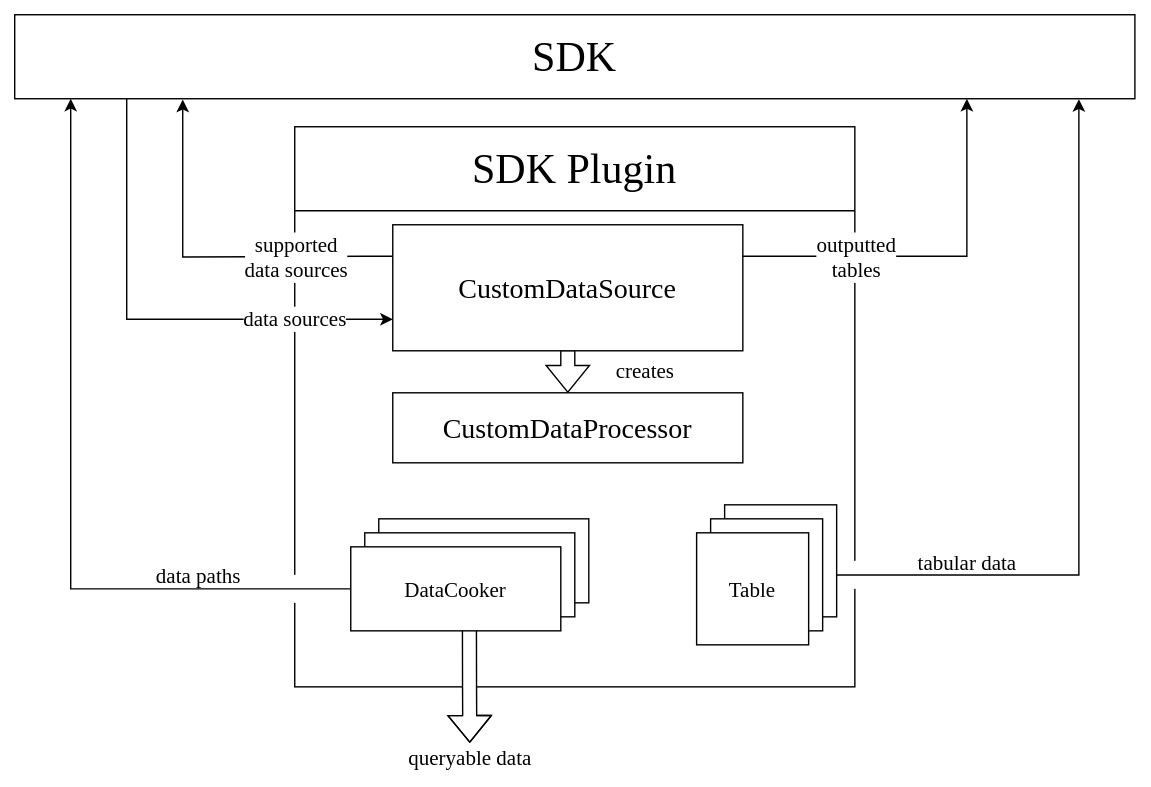
This is documentation/Architecture/.attachments/plugin.svg from microsoft/microsoft-performance-toolkit-sdk, a draw.io export, as it was before one commit. Source tidied: cells renumbered, new cells last; positions are measured from the earlier drawing's top-left corner, leaving out a move shared by most shapes. Source of this version:
```xml
<mxGraphModel>
  <root>
    <mxCell id="0" />
    <mxCell id="1" parent="0" />
    <mxCell id="2" style="rounded=0;whiteSpace=wrap;html=1;labelBackgroundColor=none;fontFamily=Lucida Console;fontSize=15;strokeColor=none;" parent="1" vertex="1">
      <mxGeometry width="820" height="560" as="geometry" />
    </mxCell>
    <mxCell id="3" style="whiteSpace=wrap;html=1;" parent="1" vertex="1">
      <mxGeometry x="210" y="90" width="400" height="400" as="geometry" />
    </mxCell>
    <mxCell id="4" value="SDK Plugin" style="text;html=1;strokeColor=none;fillColor=none;align=center;verticalAlign=middle;whiteSpace=wrap;rounded=0;fontSize=30;fontFamily=Lucida Console;" parent="1" vertex="1">
      <mxGeometry x="210" y="90" width="400" height="60" as="geometry" />
    </mxCell>
    <mxCell id="5" style="edgeStyle=none;rounded=0;jettySize=auto;html=1;exitX=0;exitY=1;exitDx=0;exitDy=0;fontSize=30;endArrow=none;endFill=0;" parent="1" edge="1" source="4">
      <mxGeometry relative="1" as="geometry">
        <mxPoint x="610" y="150" as="targetPoint" />
      </mxGeometry>
    </mxCell>
    <mxCell id="6" style="edgeStyle=orthogonalEdgeStyle;rounded=0;jettySize=auto;html=1;entryX=0.15;entryY=1.01;entryDx=0;entryDy=0;entryPerimeter=0;startArrow=none;startFill=0;endArrow=classic;endFill=1;fontFamily=Lucida Console;fontSize=15;exitX=0;exitY=0.25;exitDx=0;exitDy=0;" parent="1" edge="1" source="12" target="13">
      <mxGeometry relative="1" as="geometry">
        <Array as="points">
          <mxPoint x="260" y="183" />
          <mxPoint x="130" y="183" />
        </Array>
      </mxGeometry>
    </mxCell>
    <mxCell id="7" value="supported&lt;br&gt;data sources" style="edgeLabel;html=1;align=center;verticalAlign=middle;fontSize=15;fontFamily=Lucida Console;labelBackgroundColor=#ffffff;" parent="6" vertex="1">
      <mxGeometry x="-0.32" y="1" relative="1" as="geometry">
        <mxPoint x="19.2" y="-1" as="offset" />
      </mxGeometry>
    </mxCell>
    <mxCell id="8" style="edgeStyle=orthogonalEdgeStyle;rounded=0;jettySize=auto;html=1;exitX=1;exitY=0.25;exitDx=0;exitDy=0;startArrow=none;startFill=0;endArrow=classic;endFill=1;fontFamily=Lucida Console;fontSize=15;entryX=0.85;entryY=1.001;entryDx=0;entryDy=0;entryPerimeter=0;" parent="1" edge="1" source="12" target="13">
      <mxGeometry relative="1" as="geometry">
        <Array as="points">
          <mxPoint x="690" y="183" />
        </Array>
      </mxGeometry>
    </mxCell>
    <mxCell id="9" value="outputted&lt;br&gt;tables" style="edgeLabel;html=1;align=center;verticalAlign=middle;fontSize=15;fontFamily=Lucida Console;" parent="8" vertex="1">
      <mxGeometry x="-0.37" y="1" relative="1" as="geometry">
        <mxPoint x="-6" y="1" as="offset" />
      </mxGeometry>
    </mxCell>
    <mxCell id="10" style="edgeStyle=orthogonalEdgeStyle;rounded=0;jettySize=auto;html=1;exitX=0.5;exitY=0.992;exitDx=0;exitDy=0;entryX=0.5;entryY=0;entryDx=0;entryDy=0;startArrow=none;startFill=0;endArrow=classic;endFill=1;fontFamily=Lucida Console;fontSize=15;shape=flexArrow;exitPerimeter=0;" parent="1" edge="1" source="12" target="16">
      <mxGeometry relative="1" as="geometry" />
    </mxCell>
    <mxCell id="11" value="creates" style="edgeLabel;html=1;align=center;verticalAlign=middle;fontSize=15;fontFamily=Lucida Console;" parent="10" vertex="1">
      <mxGeometry x="-0.21" y="4" relative="1" as="geometry">
        <mxPoint x="51" y="2" as="offset" />
      </mxGeometry>
    </mxCell>
    <mxCell id="12" value="CustomDataSource" style="rounded=0;whiteSpace=wrap;html=1;labelBackgroundColor=none;fontSize=20;fontFamily=Lucida Console;" parent="1" vertex="1">
      <mxGeometry x="280" y="160" width="250" height="90" as="geometry" />
    </mxCell>
    <mxCell id="13" value="SDK" style="rounded=0;whiteSpace=wrap;html=1;labelBackgroundColor=none;fontFamily=Lucida Console;fontSize=30;" parent="1" vertex="1">
      <mxGeometry x="10" y="10" width="800" height="60" as="geometry" />
    </mxCell>
    <mxCell id="14" style="edgeStyle=orthogonalEdgeStyle;rounded=0;jettySize=auto;html=1;startArrow=classic;startFill=1;endArrow=none;endFill=0;fontFamily=Lucida Console;fontSize=30;exitX=0;exitY=0.75;exitDx=0;exitDy=0;entryX=0.1;entryY=1.003;entryDx=0;entryDy=0;entryPerimeter=0;" parent="1" edge="1" source="12" target="13">
      <mxGeometry relative="1" as="geometry">
        <Array as="points">
          <mxPoint x="90" y="228" />
        </Array>
      </mxGeometry>
    </mxCell>
    <mxCell id="15" value="data sources" style="edgeLabel;html=1;align=center;verticalAlign=middle;fontSize=15;fontFamily=Lucida Console;labelBackgroundColor=#ffffff;" parent="14" vertex="1">
      <mxGeometry x="0.33" y="1" relative="1" as="geometry">
        <mxPoint x="121" y="40.7" as="offset" />
      </mxGeometry>
    </mxCell>
    <mxCell id="16" value="CustomDataProcessor" style="rounded=0;whiteSpace=wrap;html=1;labelBackgroundColor=none;fontSize=20;fontFamily=Lucida Console;" parent="1" vertex="1">
      <mxGeometry x="280" y="280" width="250" height="50" as="geometry" />
    </mxCell>
    <mxCell id="17" style="group;" parent="1" vertex="1">
      <mxGeometry x="497" y="360" width="100" height="100" as="geometry" />
    </mxCell>
    <mxCell id="18" style="whiteSpace=wrap;html=1;labelBackgroundColor=#ffffff;fontFamily=Lucida Console;fontSize=15;" parent="17" vertex="1">
      <mxGeometry x="20" width="80" height="80" as="geometry" />
    </mxCell>
    <mxCell id="19" style="whiteSpace=wrap;html=1;labelBackgroundColor=#ffffff;fontFamily=Lucida Console;fontSize=15;" parent="17" vertex="1">
      <mxGeometry x="10" y="10" width="80" height="80" as="geometry" />
    </mxCell>
    <mxCell id="20" value="Table" style="whiteSpace=wrap;html=1;labelBackgroundColor=#ffffff;fontFamily=Lucida Console;fontSize=15;" parent="17" vertex="1">
      <mxGeometry y="20" width="80" height="80" as="geometry" />
    </mxCell>
    <mxCell id="21" style="rounded=0;whiteSpace=wrap;html=1;labelBackgroundColor=none;fontFamily=Lucida Console;fontSize=15;strokeColor=none;" parent="1" vertex="1">
      <mxGeometry x="600" y="400" width="20" height="20" as="geometry" />
    </mxCell>
    <mxCell id="22" style="edgeStyle=orthogonalEdgeStyle;rounded=0;jettySize=auto;html=1;entryX=0.95;entryY=1.005;entryDx=0;entryDy=0;entryPerimeter=0;startArrow=none;startFill=0;endArrow=classic;endFill=1;fontFamily=Lucida Console;fontSize=15;exitX=1.001;exitY=0.626;exitDx=0;exitDy=0;exitPerimeter=0;" parent="1" edge="1" source="18" target="13">
      <mxGeometry relative="1" as="geometry">
        <Array as="points">
          <mxPoint x="770" y="410" />
        </Array>
      </mxGeometry>
    </mxCell>
    <mxCell id="23" value="tabular data" style="edgeLabel;html=1;align=center;verticalAlign=middle;fontSize=15;fontFamily=Lucida Console;labelBackgroundColor=none;" parent="22" vertex="1">
      <mxGeometry x="-0.89" y="1" relative="1" as="geometry">
        <mxPoint x="65.4" y="-8.1" as="offset" />
      </mxGeometry>
    </mxCell>
    <mxCell id="24" style="rounded=0;whiteSpace=wrap;html=1;labelBackgroundColor=none;fontFamily=Lucida Console;fontSize=15;strokeColor=none;" parent="1" vertex="1">
      <mxGeometry x="200" y="410" width="20" height="20" as="geometry" />
    </mxCell>
    <mxCell id="25" style="edgeStyle=orthogonalEdgeStyle;rounded=0;jettySize=auto;html=1;entryX=0.05;entryY=1;entryDx=0;entryDy=0;entryPerimeter=0;startArrow=none;startFill=0;endArrow=classic;endFill=1;fontFamily=Lucida Console;fontSize=15;exitX=0;exitY=0.5;exitDx=0;exitDy=0;labelBackgroundColor=none;" parent="1" edge="1" source="31" target="13">
      <mxGeometry relative="1" as="geometry">
        <Array as="points">
          <mxPoint x="50" y="420" />
        </Array>
      </mxGeometry>
    </mxCell>
    <mxCell id="26" value="data paths" style="edgeLabel;html=1;align=center;verticalAlign=middle;fontSize=15;fontFamily=Lucida Console;labelBackgroundColor=none;" parent="25" vertex="1">
      <mxGeometry x="-0.54" y="-1" relative="1" as="geometry">
        <mxPoint x="15.7" y="-9" as="offset" />
      </mxGeometry>
    </mxCell>
    <mxCell id="27" style="edgeStyle=orthogonalEdgeStyle;rounded=0;jettySize=auto;html=1;labelBackgroundColor=none;startArrow=none;startFill=0;endArrow=classic;endFill=1;fontFamily=Lucida Console;fontSize=15;shape=flexArrow;fillColor=#ffffff;exitX=0.565;exitY=0.982;exitDx=0;exitDy=0;exitPerimeter=0;" parent="1" edge="1" source="31">
      <mxGeometry relative="1" as="geometry">
        <mxPoint x="335" y="530" as="targetPoint" />
      </mxGeometry>
    </mxCell>
    <mxCell id="28" style="group;" parent="1" vertex="1">
      <mxGeometry x="250" y="370" width="170" height="80" as="geometry" />
    </mxCell>
    <mxCell id="29" style="rounded=0;whiteSpace=wrap;html=1;labelBackgroundColor=none;fontFamily=Lucida Console;fontSize=15;" parent="28" vertex="1">
      <mxGeometry x="20" width="150" height="60" as="geometry" />
    </mxCell>
    <mxCell id="30" style="rounded=0;whiteSpace=wrap;html=1;labelBackgroundColor=none;fontFamily=Lucida Console;fontSize=15;" parent="28" vertex="1">
      <mxGeometry x="10" y="10" width="150" height="60" as="geometry" />
    </mxCell>
    <mxCell id="31" value="DataCooker" style="rounded=0;whiteSpace=wrap;html=1;labelBackgroundColor=none;fontFamily=Lucida Console;fontSize=15;" parent="28" vertex="1">
      <mxGeometry y="20" width="150" height="60" as="geometry" />
    </mxCell>
    <mxCell id="32" value="queryable data" style="text;html=1;align=center;verticalAlign=middle;fillColor=none;strokeColor=none;rounded=0;labelBackgroundColor=none;fontFamily=Lucida Console;fontSize=15;" parent="1" vertex="1">
      <mxGeometry x="265" y="530" width="140" height="20" as="geometry" />
    </mxCell>
  </root>
</mxGraphModel>
```
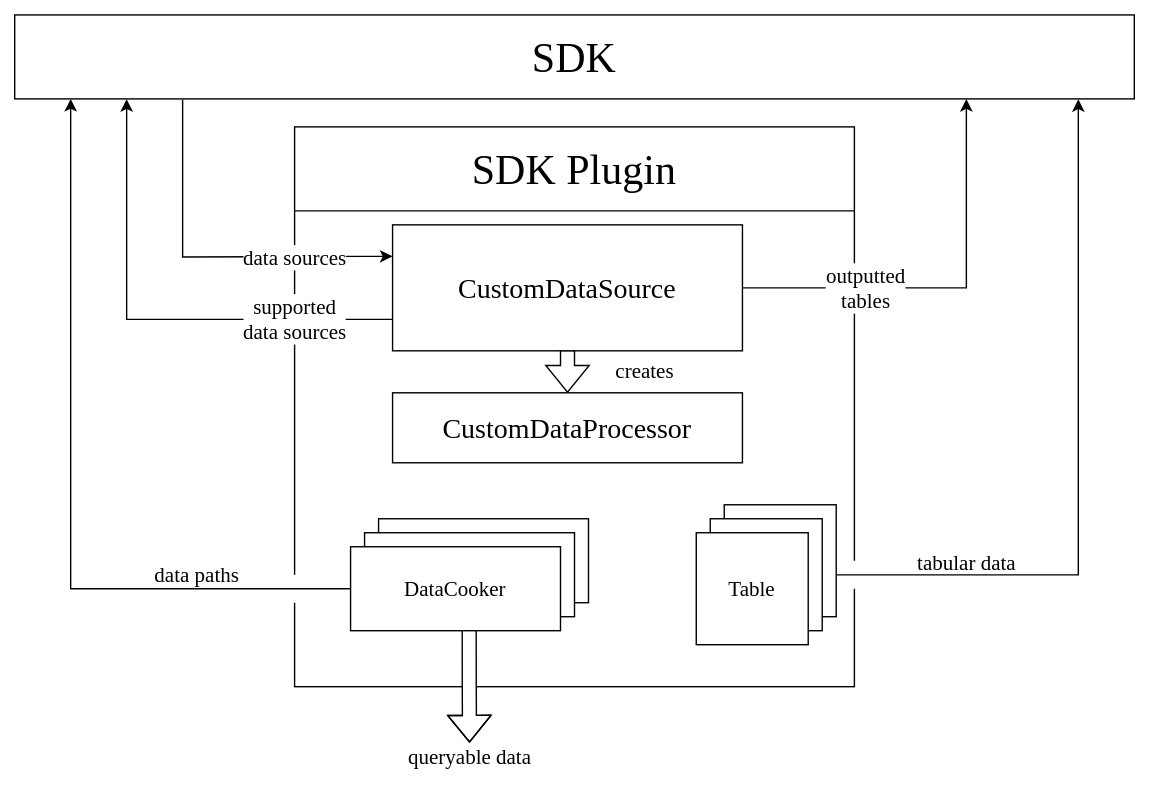
Above is the later version.

What changed in the source:
```diff
@@ -16,7 +16,7 @@
         <mxPoint x="610" y="150" as="targetPoint" />
       </mxGeometry>
     </mxCell>
-    <mxCell id="6" style="edgeStyle=orthogonalEdgeStyle;rounded=0;jettySize=auto;html=1;entryX=0.15;entryY=1.01;entryDx=0;entryDy=0;entryPerimeter=0;startArrow=none;startFill=0;endArrow=classic;endFill=1;fontFamily=Lucida Console;fontSize=15;exitX=0;exitY=0.25;exitDx=0;exitDy=0;" parent="1" edge="1" source="12" target="13">
+    <mxCell id="6" style="edgeStyle=orthogonalEdgeStyle;rounded=0;jettySize=auto;html=1;entryX=0.15;entryY=1.01;entryDx=0;entryDy=0;entryPerimeter=0;startArrow=classic;startFill=1;endArrow=none;endFill=0;fontFamily=Lucida Console;fontSize=15;exitX=0;exitY=0.25;exitDx=0;exitDy=0;" parent="1" edge="1" source="12" target="13">
       <mxGeometry relative="1" as="geometry">
         <Array as="points">
           <mxPoint x="260" y="183" />
@@ -24,15 +24,15 @@
         </Array>
       </mxGeometry>
     </mxCell>
-    <mxCell id="7" value="supported&lt;br&gt;data sources" style="edgeLabel;html=1;align=center;verticalAlign=middle;fontSize=15;fontFamily=Lucida Console;labelBackgroundColor=#ffffff;" parent="6" vertex="1">
+    <mxCell id="7" value="data sources" style="edgeLabel;html=1;align=center;verticalAlign=middle;fontSize=15;fontFamily=Lucida Console;labelBackgroundColor=#ffffff;" parent="6" vertex="1">
       <mxGeometry x="-0.32" y="1" relative="1" as="geometry">
         <mxPoint x="19.2" y="-1" as="offset" />
       </mxGeometry>
     </mxCell>
-    <mxCell id="8" style="edgeStyle=orthogonalEdgeStyle;rounded=0;jettySize=auto;html=1;exitX=1;exitY=0.25;exitDx=0;exitDy=0;startArrow=none;startFill=0;endArrow=classic;endFill=1;fontFamily=Lucida Console;fontSize=15;entryX=0.85;entryY=1.001;entryDx=0;entryDy=0;entryPerimeter=0;" parent="1" edge="1" source="12" target="13">
+    <mxCell id="8" style="edgeStyle=orthogonalEdgeStyle;rounded=0;jettySize=auto;html=1;exitX=1;exitY=0.5;exitDx=0;exitDy=0;startArrow=none;startFill=0;endArrow=classic;endFill=1;fontFamily=Lucida Console;fontSize=15;entryX=0.85;entryY=1.001;entryDx=0;entryDy=0;entryPerimeter=0;" parent="1" edge="1" source="12" target="13">
       <mxGeometry relative="1" as="geometry">
         <Array as="points">
-          <mxPoint x="690" y="183" />
+          <mxPoint x="690" y="205" />
         </Array>
       </mxGeometry>
     </mxCell>
@@ -55,14 +55,14 @@
     <mxCell id="13" value="SDK" style="rounded=0;whiteSpace=wrap;html=1;labelBackgroundColor=none;fontFamily=Lucida Console;fontSize=30;" parent="1" vertex="1">
       <mxGeometry x="10" y="10" width="800" height="60" as="geometry" />
     </mxCell>
-    <mxCell id="14" style="edgeStyle=orthogonalEdgeStyle;rounded=0;jettySize=auto;html=1;startArrow=classic;startFill=1;endArrow=none;endFill=0;fontFamily=Lucida Console;fontSize=30;exitX=0;exitY=0.75;exitDx=0;exitDy=0;entryX=0.1;entryY=1.003;entryDx=0;entryDy=0;entryPerimeter=0;" parent="1" edge="1" source="12" target="13">
+    <mxCell id="14" style="edgeStyle=orthogonalEdgeStyle;rounded=0;jettySize=auto;html=1;startArrow=none;startFill=0;endArrow=classic;endFill=1;fontFamily=Lucida Console;fontSize=30;exitX=0;exitY=0.75;exitDx=0;exitDy=0;entryX=0.1;entryY=1.003;entryDx=0;entryDy=0;entryPerimeter=0;" parent="1" edge="1" source="12" target="13">
       <mxGeometry relative="1" as="geometry">
         <Array as="points">
           <mxPoint x="90" y="228" />
         </Array>
       </mxGeometry>
     </mxCell>
-    <mxCell id="15" value="data sources" style="edgeLabel;html=1;align=center;verticalAlign=middle;fontSize=15;fontFamily=Lucida Console;labelBackgroundColor=#ffffff;" parent="14" vertex="1">
+    <mxCell id="15" value="supported&lt;br&gt;data sources" style="edgeLabel;html=1;align=center;verticalAlign=middle;fontSize=15;fontFamily=Lucida Console;labelBackgroundColor=#ffffff;spacingLeft=0;spacingBottom=0;" parent="14" vertex="1">
       <mxGeometry x="0.33" y="1" relative="1" as="geometry">
         <mxPoint x="121" y="40.7" as="offset" />
       </mxGeometry>
```
